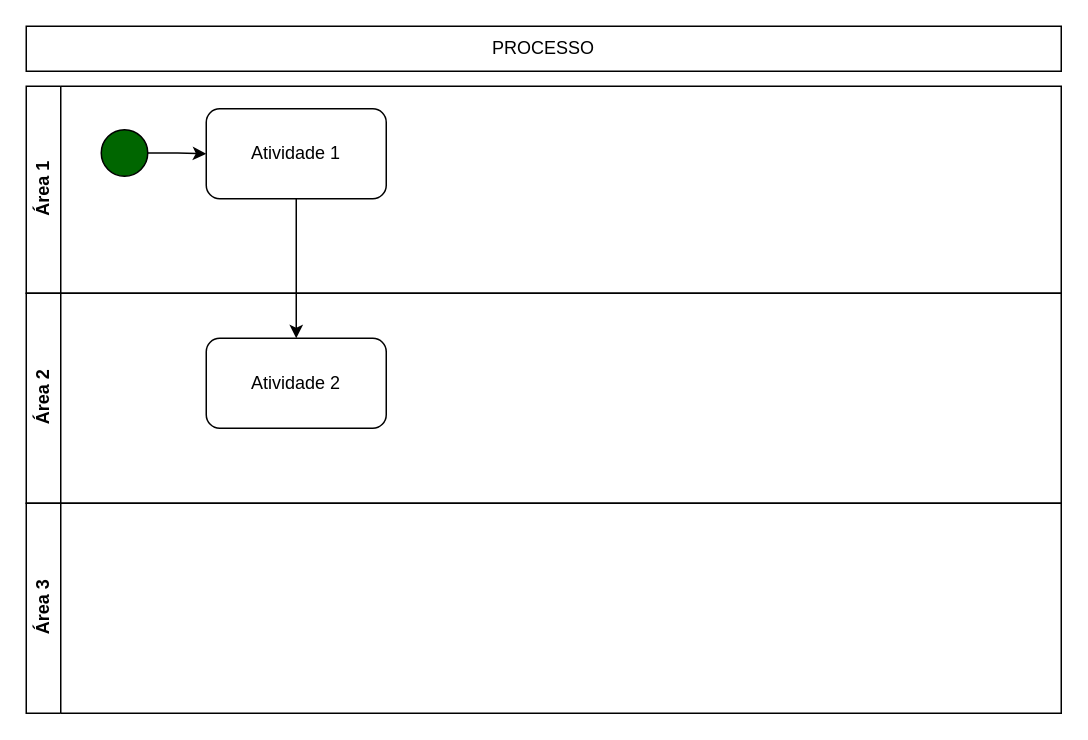
Before: template.drawio in Karennc0/XMOBOTS, a draw.io diagram. Source tidied: cells renumbered, new cells numbered last; positions are measured from the earlier drawing's top-left corner, leaving out a move shared by most shapes. Both pictures are drawn from the tidied source at 150%, with x=0, y=0 at pixel (26, 26).
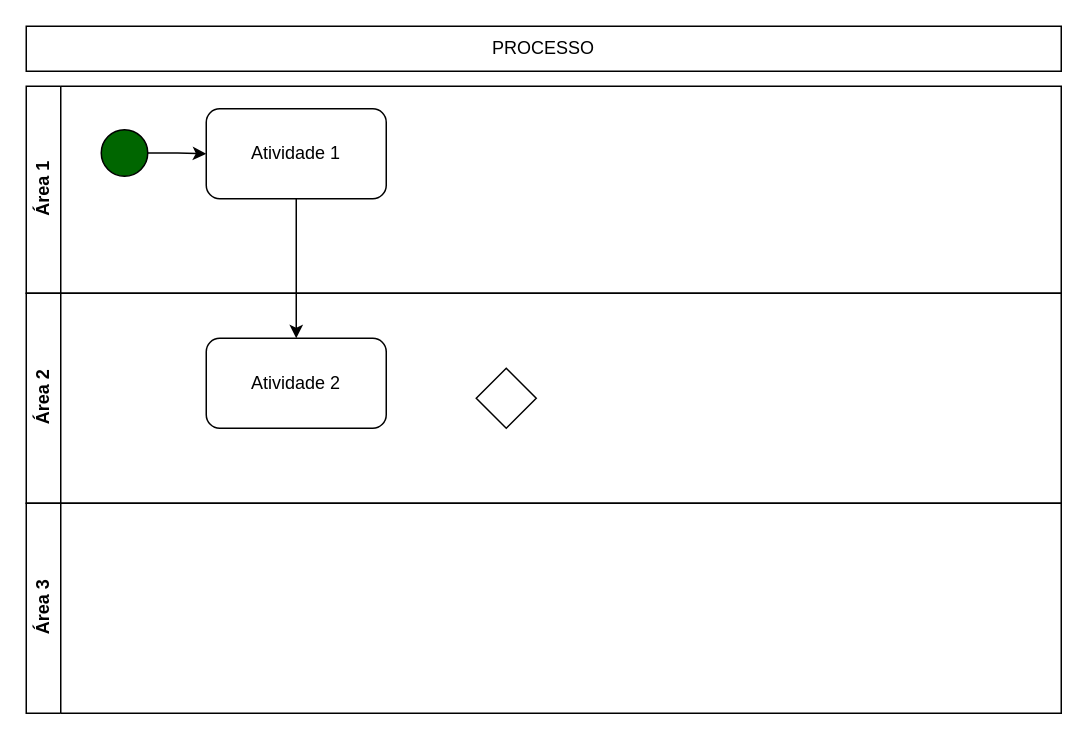
After the change.

The edit, as a diff of the source:
```diff
@@
 <mxGraphModel>
   <root>
     <mxCell id="0" />
     <mxCell id="1" parent="0" />
     <mxCell id="2" value="Área 1" style="swimlane;horizontal=0;whiteSpace=wrap;html=1;" parent="1" vertex="1">
       <mxGeometry y="40" width="690" height="138" as="geometry" />
     </mxCell>
     <mxCell id="3" style="edgeStyle=orthogonalEdgeStyle;rounded=0;jettySize=auto;html=1;entryX=0;entryY=0.5;entryDx=0;entryDy=0;" parent="2" edge="1" source="4" target="5">
       <mxGeometry relative="1" as="geometry" />
     </mxCell>
     <mxCell id="4" style="ellipse;whiteSpace=wrap;html=1;fillColor=#006600;" parent="2" vertex="1">
       <mxGeometry x="50" y="29" width="31" height="31" as="geometry" />
     </mxCell>
     <mxCell id="5" value="Atividade 1" style="rounded=1;whiteSpace=wrap;html=1;" parent="2" vertex="1">
       <mxGeometry x="120" y="15" width="120" height="60" as="geometry" />
     </mxCell>
     <mxCell id="6" value="PROCESSO" style="rounded=0;whiteSpace=wrap;html=1;" parent="1" vertex="1">
       <mxGeometry width="690" height="30" as="geometry" />
     </mxCell>
     <mxCell id="7" value="Área 2" style="swimlane;horizontal=0;whiteSpace=wrap;html=1;" parent="1" vertex="1">
       <mxGeometry y="178" width="690" height="140" as="geometry" />
     </mxCell>
     <mxCell id="8" value="Atividade 2" style="whiteSpace=wrap;html=1;rounded=1;" parent="7" vertex="1">
       <mxGeometry x="120" y="30" width="120" height="60" as="geometry" />
     </mxCell>
+    <mxCell id="11" style="rhombus;whiteSpace=wrap;html=1;" parent="7" vertex="1">
+      <mxGeometry x="300" y="50" width="40" height="40" as="geometry" />
+    </mxCell>
     <mxCell id="9" value="Área 3" style="swimlane;horizontal=0;whiteSpace=wrap;html=1;" parent="1" vertex="1">
       <mxGeometry y="318" width="690" height="140" as="geometry" />
     </mxCell>
     <mxCell id="10" style="edgeStyle=orthogonalEdgeStyle;rounded=0;jettySize=auto;html=1;" parent="1" edge="1" source="5" target="8">
       <mxGeometry relative="1" as="geometry" />
     </mxCell>
   </root>
 </mxGraphModel>
```
